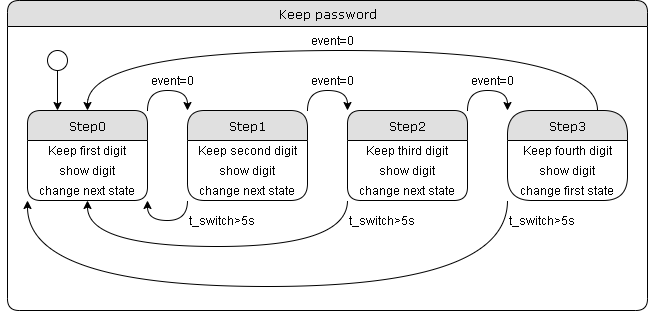
Above: Keep_password.png in Immaczx/Safe_Loock_FREERTOS (draw.io), before the change. Source tidied: cells renumbered, new cells last; positions are measured from the earlier drawing's top-left corner, leaving out a move shared by most shapes.
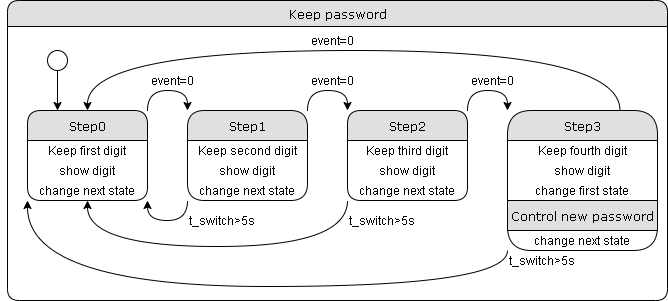
The same file after the commit.

Diff of the diagram source:
```diff
@@ -3,7 +3,7 @@
     <mxCell id="0" />
     <mxCell id="1" parent="0" />
     <mxCell id="2" value="Keep password" style="swimlane;html=1;fontStyle=0;horizontal=1;startSize=26;fillColor=#e0e0e0;swimlaneFillColor=#ffffff;align=center;rounded=1;shadow=0;comic=0;labelBackgroundColor=none;strokeWidth=1;fontFamily=Verdana;fontSize=12;" parent="1" vertex="1">
-      <mxGeometry width="640" height="310" as="geometry" />
+      <mxGeometry width="660" height="300" as="geometry" />
     </mxCell>
     <mxCell id="3" style="edgeStyle=orthogonalEdgeStyle;curved=1;rounded=0;jettySize=auto;html=1;exitX=1;exitY=0;exitDx=0;exitDy=0;entryX=0;entryY=0;entryDx=0;entryDy=0;labelBorderColor=none;shadow=0;sketch=0;" parent="1" edge="1" source="4" target="28">
       <mxGeometry relative="1" as="geometry" />
@@ -40,17 +40,23 @@
       </mxGeometry>
     </mxCell>
     <mxCell id="11" value="Step3" style="swimlane;html=1;fontStyle=0;horizontal=1;startSize=30;fillColor=#e0e0e0;swimlaneFillColor=#ffffff;align=center;rounded=1;shadow=0;comic=0;labelBackgroundColor=none;strokeWidth=1;fontFamily=Verdana;fontSize=12;arcSize=27;" parent="1" vertex="1">
-      <mxGeometry x="500" y="110" width="120" height="90" as="geometry" />
+      <mxGeometry x="500" y="110" width="150" height="140" as="geometry" />
     </mxCell>
     <mxCell id="12" value="Keep&amp;nbsp;&lt;span&gt;fourth&lt;/span&gt;&amp;nbsp;digit" style="text;html=1;strokeColor=none;fillColor=none;align=center;verticalAlign=middle;whiteSpace=wrap;rounded=0;" parent="11" vertex="1">
-      <mxGeometry y="30" width="120" height="20" as="geometry" />
+      <mxGeometry y="30" width="150" height="20" as="geometry" />
     </mxCell>
     <mxCell id="13" value="show digit" style="text;html=1;strokeColor=none;fillColor=none;align=center;verticalAlign=middle;whiteSpace=wrap;rounded=0;" parent="11" vertex="1">
-      <mxGeometry y="50" width="120" height="20" as="geometry" />
+      <mxGeometry y="50" width="150" height="20" as="geometry" />
     </mxCell>
     <mxCell id="14" value="change first state" style="text;html=1;strokeColor=none;fillColor=none;align=center;verticalAlign=middle;whiteSpace=wrap;rounded=0;" parent="11" vertex="1">
-      <mxGeometry y="70" width="120" height="20" as="geometry" />
+      <mxGeometry y="70" width="150" height="20" as="geometry" />
     </mxCell>
+    <mxCell id="36" value="Control new password" style="swimlane;html=1;fontStyle=0;horizontal=1;startSize=30;fillColor=#e0e0e0;swimlaneFillColor=#ffffff;align=center;rounded=1;shadow=0;comic=0;labelBackgroundColor=none;strokeWidth=1;fontFamily=Verdana;fontSize=12;" parent="11" vertex="1">
+      <mxGeometry y="90" width="150" height="30" as="geometry" />
+    </mxCell>
+    <mxCell id="37" value="change next state" style="text;html=1;strokeColor=none;fillColor=none;align=center;verticalAlign=middle;whiteSpace=wrap;rounded=0;" parent="11" vertex="1">
+      <mxGeometry y="120" width="150" height="20" as="geometry" />
+    </mxCell>
     <mxCell id="15" style="edgeStyle=orthogonalEdgeStyle;curved=1;rounded=0;jettySize=auto;html=1;exitX=1;exitY=0;exitDx=0;exitDy=0;entryX=0;entryY=0;entryDx=0;entryDy=0;" parent="1" edge="1" source="16" target="11">
       <mxGeometry relative="1" as="geometry" />
     </mxCell>
@@ -73,12 +79,12 @@
       <mxGeometry x="340" y="210" width="70" height="20" as="geometry" />
     </mxCell>
     <mxCell id="22" value="t_switch&amp;gt;5s" style="text;html=1;strokeColor=none;fillColor=none;align=center;verticalAlign=middle;whiteSpace=wrap;rounded=0;" parent="1" vertex="1">
-      <mxGeometry x="500" y="210" width="70" height="20" as="geometry" />
+      <mxGeometry x="500" y="250" width="70" height="20" as="geometry" />
     </mxCell>
     <mxCell id="23" style="edgeStyle=orthogonalEdgeStyle;curved=1;rounded=0;sketch=0;jettySize=auto;html=1;exitX=0.75;exitY=0;exitDx=0;exitDy=0;entryX=0.5;entryY=0;entryDx=0;entryDy=0;shadow=0;" parent="1" edge="1" source="11" target="4">
       <mxGeometry relative="1" as="geometry">
         <Array as="points">
-          <mxPoint x="590" y="50" />
+          <mxPoint x="613" y="50" />
           <mxPoint x="80" y="50" />
         </Array>
       </mxGeometry>
```
